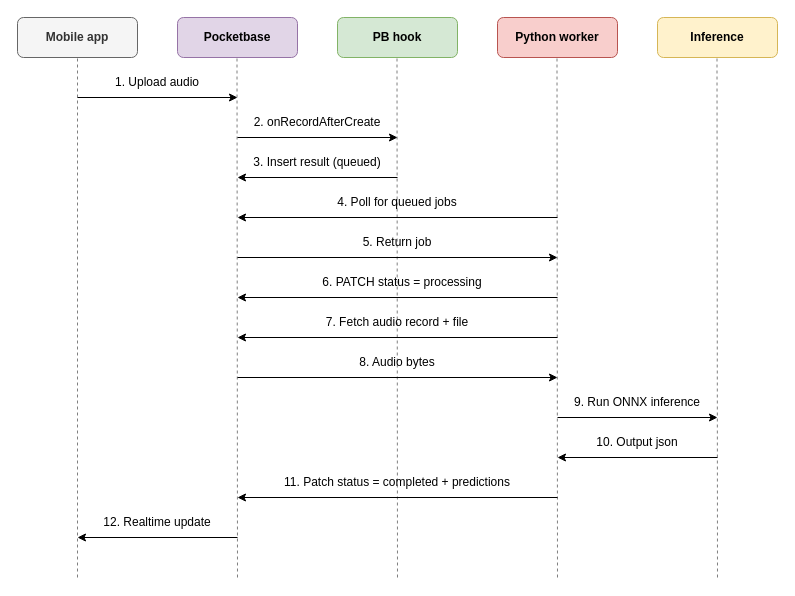
Above: RespirAI-BackedFlow.drawio in lukas0173/Draw.io (draw.io), before the change. Source tidied: cells renumbered, new cells numbered last; positions are measured from the earlier drawing's top-left corner, leaving out a move shared by most shapes. Both pictures are drawn from the tidied source at 100%, with x=0, y=0 at pixel (17, 17).
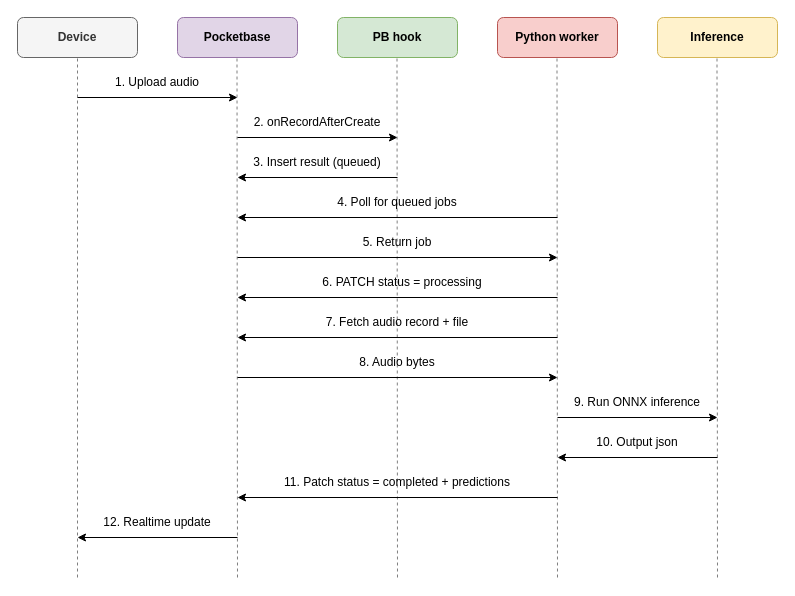
The same diagram, later.

What changed in the source:
```diff
@@
-    <mxCell id="2" value="Mobile app" style="rounded=1;whiteSpace=wrap;html=1;fillColor=#f5f5f5;strokeColor=#666666;fontColor=#333333;fontStyle=1;" parent="1" vertex="1">
+    <mxCell id="2" value="Device" style="rounded=1;whiteSpace=wrap;html=1;fillColor=#f5f5f5;strokeColor=#666666;fontColor=#333333;fontStyle=1;" parent="1" vertex="1">
       <mxGeometry width="120" height="40" as="geometry" />
     </mxCell>
```
